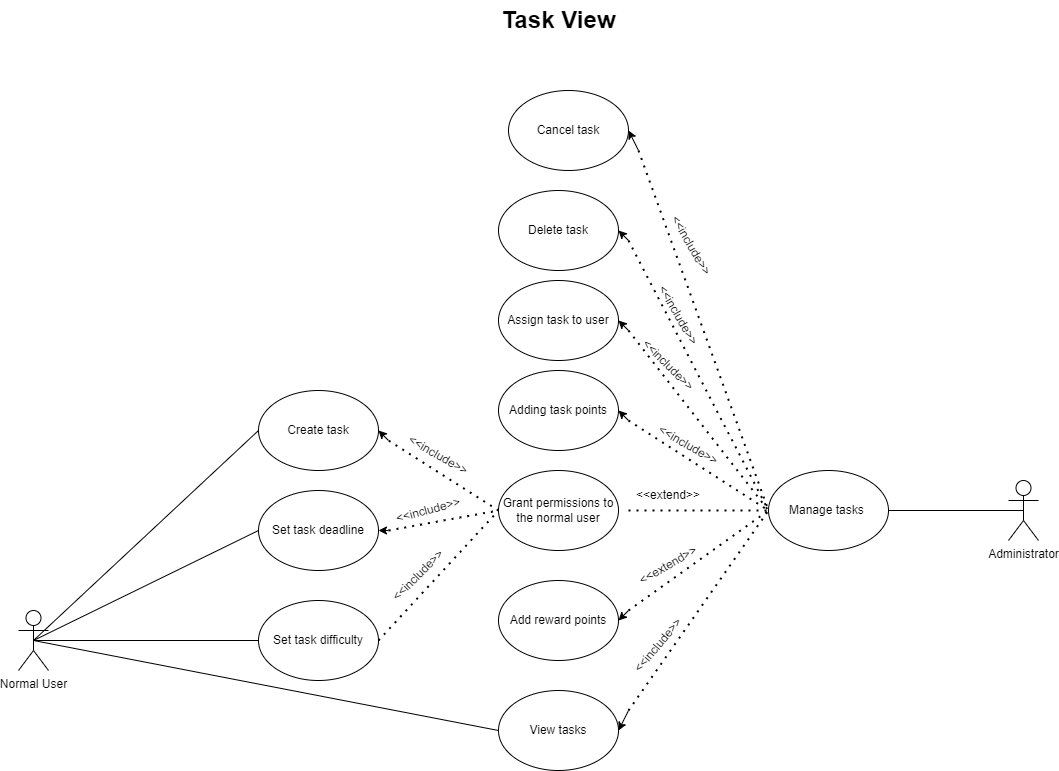
This is use_case/UseCase1.png from DiaconuAndr3i/ASSMS-Project, a draw.io export, as it was before one commit. Source tidied: cells renumbered, new cells last; positions are measured from the earlier drawing's top-left corner, leaving out a move shared by most shapes.
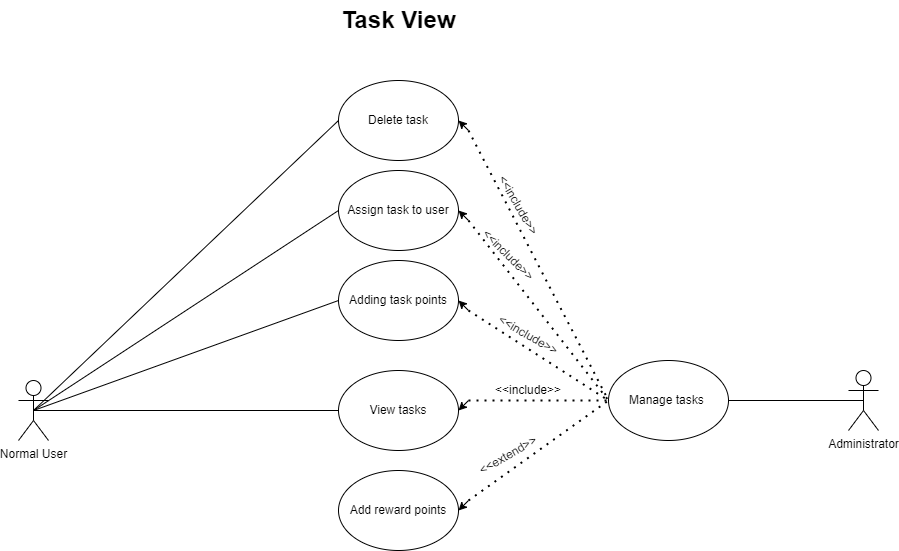
After the commit.

What changed in the source:
```diff
@@ -3,70 +3,18 @@
     <mxCell id="0" />
     <mxCell id="1" parent="0" />
     <mxCell id="2" value="Normal User" style="shape=umlActor;verticalLabelPosition=bottom;verticalAlign=top;html=1;outlineConnect=0;" parent="1" vertex="1">
-      <mxGeometry y="610" width="30" height="60" as="geometry" />
+      <mxGeometry x="160" y="490" width="30" height="60" as="geometry" />
     </mxCell>
     <mxCell id="3" value="Manage tasks&amp;nbsp;" style="ellipse;whiteSpace=wrap;html=1;" parent="1" vertex="1">
       <mxGeometry x="750" y="470" width="120" height="80" as="geometry" />
     </mxCell>
-    <mxCell id="4" value="Grant permissions to the normal user" style="ellipse;whiteSpace=wrap;html=1;" parent="1" vertex="1">
-      <mxGeometry x="480" y="470" width="120" height="80" as="geometry" />
-    </mxCell>
-    <mxCell id="5" style="endArrow=none;dashed=1;html=1;dashPattern=1 3;strokeWidth=2;rounded=0;entryX=0;entryY=0.5;entryDx=0;entryDy=0;" parent="1" edge="1" target="3">
-      <mxGeometry relative="1" as="geometry">
-        <mxPoint x="610" y="510" as="sourcePoint" />
-      </mxGeometry>
-    </mxCell>
     <mxCell id="6" style="endArrow=classic;html=1;rounded=0;entryX=1;entryY=0.5;entryDx=0;entryDy=0;" parent="1" edge="1" target="24">
       <mxGeometry relative="1" as="geometry">
         <mxPoint x="610" y="610" as="sourcePoint" />
       </mxGeometry>
     </mxCell>
-    <mxCell id="7" value="&amp;lt;&amp;lt;extend&amp;gt;&amp;gt;" style="text;html=1;strokeColor=none;fillColor=none;align=center;verticalAlign=middle;whiteSpace=wrap;rounded=0;rotation=0;" parent="1" vertex="1">
-      <mxGeometry x="620" y="480" width="60" height="30" as="geometry" />
-    </mxCell>
-    <mxCell id="8" value="Create task" style="ellipse;whiteSpace=wrap;html=1;" parent="1" vertex="1">
-      <mxGeometry x="240" y="390" width="120" height="80" as="geometry" />
-    </mxCell>
-    <mxCell id="9" value="Set task deadline" style="ellipse;whiteSpace=wrap;html=1;" parent="1" vertex="1">
-      <mxGeometry x="240" y="490" width="120" height="80" as="geometry" />
-    </mxCell>
-    <mxCell id="10" value="Set task difficulty" style="ellipse;whiteSpace=wrap;html=1;" parent="1" vertex="1">
-      <mxGeometry x="240" y="600" width="120" height="80" as="geometry" />
-    </mxCell>
-    <mxCell id="11" style="endArrow=none;dashed=1;html=1;dashPattern=1 3;strokeWidth=2;rounded=0;exitX=0;exitY=0.5;exitDx=0;exitDy=0;" parent="1" edge="1" source="4">
-      <mxGeometry relative="1" as="geometry">
-        <mxPoint x="370" y="440" as="targetPoint" />
-      </mxGeometry>
-    </mxCell>
-    <mxCell id="12" style="endArrow=classic;html=1;rounded=0;entryX=1;entryY=0.5;entryDx=0;entryDy=0;" parent="1" edge="1" target="8">
-      <mxGeometry relative="1" as="geometry">
-        <mxPoint x="370" y="440" as="sourcePoint" />
-      </mxGeometry>
-    </mxCell>
-    <mxCell id="13" value="&amp;lt;&amp;lt;include&amp;gt;&amp;gt;" style="text;html=1;strokeColor=none;fillColor=none;align=center;verticalAlign=middle;whiteSpace=wrap;rounded=0;rotation=30;" parent="1" vertex="1">
-      <mxGeometry x="390" y="440" width="60" height="30" as="geometry" />
-    </mxCell>
-    <mxCell id="14" style="endArrow=none;dashed=1;html=1;dashPattern=1 3;strokeWidth=2;rounded=0;entryX=0;entryY=0.5;entryDx=0;entryDy=0;" parent="1" edge="1" target="4">
-      <mxGeometry relative="1" as="geometry">
-        <mxPoint x="370" y="530" as="sourcePoint" />
-      </mxGeometry>
-    </mxCell>
-    <mxCell id="15" style="endArrow=classic;html=1;rounded=0;entryX=1;entryY=0.5;entryDx=0;entryDy=0;" parent="1" edge="1" target="9">
-      <mxGeometry relative="1" as="geometry">
-        <mxPoint x="370" y="530" as="sourcePoint" />
-      </mxGeometry>
-    </mxCell>
-    <mxCell id="16" value="&amp;lt;&amp;lt;include&amp;gt;&amp;gt;" style="text;html=1;strokeColor=none;fillColor=none;align=center;verticalAlign=middle;whiteSpace=wrap;rounded=0;rotation=-15;" parent="1" vertex="1">
-      <mxGeometry x="380" y="495" width="60" height="30" as="geometry" />
-    </mxCell>
-    <mxCell id="17" style="endArrow=none;dashed=1;html=1;dashPattern=1 3;strokeWidth=2;rounded=0;exitX=1;exitY=0.5;exitDx=0;exitDy=0;entryX=0;entryY=0.5;entryDx=0;entryDy=0;" parent="1" edge="1" source="10" target="4">
-      <mxGeometry relative="1" as="geometry" />
-    </mxCell>
-    <mxCell id="18" value="&amp;lt;&amp;lt;include&amp;gt;&amp;gt;" style="text;html=1;strokeColor=none;fillColor=none;align=center;verticalAlign=middle;whiteSpace=wrap;rounded=0;rotation=-45;" parent="1" vertex="1">
-      <mxGeometry x="370" y="570" width="60" height="10" as="geometry" />
-    </mxCell>
     <mxCell id="19" value="View tasks" style="ellipse;whiteSpace=wrap;html=1;" parent="1" vertex="1">
-      <mxGeometry x="480" y="690" width="120" height="80" as="geometry" />
+      <mxGeometry x="480" y="480" width="120" height="80" as="geometry" />
     </mxCell>
     <mxCell id="20" value="Adding task points" style="ellipse;whiteSpace=wrap;html=1;" parent="1" vertex="1">
       <mxGeometry x="480" y="370" width="120" height="80" as="geometry" />
@@ -74,9 +22,6 @@
     <mxCell id="21" value="Assign task to user" style="ellipse;whiteSpace=wrap;html=1;" parent="1" vertex="1">
       <mxGeometry x="480" y="280" width="120" height="80" as="geometry" />
     </mxCell>
-    <mxCell id="22" value="Cancel task" style="ellipse;whiteSpace=wrap;html=1;" parent="1" vertex="1">
-      <mxGeometry x="490" y="90" width="120" height="80" as="geometry" />
-    </mxCell>
     <mxCell id="23" value="Delete task" style="ellipse;whiteSpace=wrap;html=1;" parent="1" vertex="1">
       <mxGeometry x="480" y="190" width="120" height="80" as="geometry" />
     </mxCell>
@@ -99,17 +44,12 @@
     </mxCell>
     <mxCell id="29" style="endArrow=none;dashed=1;html=1;dashPattern=1 3;strokeWidth=2;rounded=0;fontSize=12;entryX=0;entryY=0.5;entryDx=0;entryDy=0;" parent="1" edge="1" target="3">
       <mxGeometry relative="1" as="geometry">
-        <mxPoint x="610" y="710" as="sourcePoint" />
+        <mxPoint x="610" y="510" as="sourcePoint" />
       </mxGeometry>
     </mxCell>
-    <mxCell id="30" value="&amp;lt;&amp;lt;include&amp;gt;&amp;gt;" style="text;html=1;strokeColor=none;fillColor=none;align=center;verticalAlign=middle;whiteSpace=wrap;rounded=0;rotation=-50;" parent="1" vertex="1">
-      <mxGeometry x="610" y="640" width="60" height="10" as="geometry" />
+    <mxCell id="30" value="&amp;lt;&amp;lt;include&amp;gt;&amp;gt;" style="text;html=1;strokeColor=none;fillColor=none;align=center;verticalAlign=middle;whiteSpace=wrap;rounded=0;rotation=0;" parent="1" vertex="1">
+      <mxGeometry x="640" y="495" width="60" height="10" as="geometry" />
     </mxCell>
-    <mxCell id="31" style="endArrow=classic;html=1;rounded=0;fontSize=12;entryX=1;entryY=0.5;entryDx=0;entryDy=0;" parent="1" edge="1" target="19">
-      <mxGeometry relative="1" as="geometry">
-        <mxPoint x="610" y="710" as="sourcePoint" />
-      </mxGeometry>
-    </mxCell>
     <mxCell id="32" style="endArrow=none;dashed=1;html=1;dashPattern=1 3;strokeWidth=2;rounded=0;fontSize=12;entryX=0;entryY=0.5;entryDx=0;entryDy=0;" parent="1" edge="1" target="3">
       <mxGeometry relative="1" as="geometry">
         <mxPoint x="610" y="420" as="sourcePoint" />
@@ -149,33 +89,25 @@
     <mxCell id="40" value="&amp;lt;&amp;lt;include&amp;gt;&amp;gt;" style="text;html=1;strokeColor=none;fillColor=none;align=center;verticalAlign=middle;whiteSpace=wrap;rounded=0;rotation=60;" parent="1" vertex="1">
       <mxGeometry x="630" y="310" width="60" height="10" as="geometry" />
     </mxCell>
-    <mxCell id="41" style="endArrow=none;dashed=1;html=1;dashPattern=1 3;strokeWidth=2;rounded=0;fontSize=12;entryX=0;entryY=0.5;entryDx=0;entryDy=0;" parent="1" edge="1" target="3">
-      <mxGeometry relative="1" as="geometry">
-        <mxPoint x="620" y="150" as="sourcePoint" />
-      </mxGeometry>
-    </mxCell>
-    <mxCell id="42" value="&amp;lt;&amp;lt;include&amp;gt;&amp;gt;" style="text;html=1;strokeColor=none;fillColor=none;align=center;verticalAlign=middle;whiteSpace=wrap;rounded=0;rotation=60;" parent="1" vertex="1">
-      <mxGeometry x="642.7" y="230" width="60" height="30" as="geometry" />
-    </mxCell>
-    <mxCell id="43" style="endArrow=classic;html=1;rounded=0;fontSize=12;entryX=1;entryY=0.5;entryDx=0;entryDy=0;" parent="1" edge="1" target="22">
-      <mxGeometry relative="1" as="geometry">
-        <mxPoint x="620" y="150" as="sourcePoint" />
-      </mxGeometry>
-    </mxCell>
-    <mxCell id="44" style="endArrow=none;html=1;rounded=0;fontSize=12;entryX=0;entryY=0.5;entryDx=0;entryDy=0;exitX=0.5;exitY=0.5;exitDx=0;exitDy=0;exitPerimeter=0;" parent="1" edge="1" source="2" target="8">
-      <mxGeometry relative="1" as="geometry" />
-    </mxCell>
-    <mxCell id="45" style="endArrow=none;html=1;rounded=0;fontSize=12;entryX=0.5;entryY=0.5;entryDx=0;entryDy=0;entryPerimeter=0;exitX=0;exitY=0.5;exitDx=0;exitDy=0;" parent="1" edge="1" source="9" target="2">
-      <mxGeometry relative="1" as="geometry" />
-    </mxCell>
-    <mxCell id="46" style="endArrow=none;html=1;rounded=0;fontSize=12;entryX=0.5;entryY=0.5;entryDx=0;entryDy=0;entryPerimeter=0;exitX=0;exitY=0.5;exitDx=0;exitDy=0;" parent="1" edge="1" source="10" target="2">
-      <mxGeometry relative="1" as="geometry" />
-    </mxCell>
     <mxCell id="47" style="endArrow=none;html=1;rounded=0;fontSize=12;exitX=0.5;exitY=0.5;exitDx=0;exitDy=0;exitPerimeter=0;entryX=0;entryY=0.5;entryDx=0;entryDy=0;" parent="1" edge="1" source="2" target="19">
       <mxGeometry relative="1" as="geometry" />
     </mxCell>
     <mxCell id="48" value="&lt;b&gt;&lt;font style=&quot;font-size: 24px;&quot;&gt;Task View&lt;/font&gt;&lt;/b&gt;" style="text;html=1;align=center;verticalAlign=middle;strokeColor=none;fillColor=none;fontSize=12;" parent="1" vertex="1">
-      <mxGeometry x="470" width="140" height="40" as="geometry" />
+      <mxGeometry x="470" y="110" width="140" height="40" as="geometry" />
     </mxCell>
+    <mxCell id="49" style="endArrow=classic;html=1;rounded=0;entryX=1;entryY=0.5;entryDx=0;entryDy=0;" parent="1" edge="1" target="19">
+      <mxGeometry relative="1" as="geometry">
+        <mxPoint x="610" y="510" as="sourcePoint" />
+      </mxGeometry>
+    </mxCell>
+    <mxCell id="50" style="endArrow=none;html=1;rounded=0;exitX=0.5;exitY=0.5;exitDx=0;exitDy=0;exitPerimeter=0;entryX=0;entryY=0.5;entryDx=0;entryDy=0;" parent="1" edge="1" source="2" target="23">
+      <mxGeometry relative="1" as="geometry" />
+    </mxCell>
+    <mxCell id="51" style="endArrow=none;html=1;rounded=0;exitX=0.5;exitY=0.5;exitDx=0;exitDy=0;exitPerimeter=0;entryX=0;entryY=0.5;entryDx=0;entryDy=0;" parent="1" edge="1" source="2" target="21">
+      <mxGeometry relative="1" as="geometry" />
+    </mxCell>
+    <mxCell id="52" style="endArrow=none;html=1;rounded=0;exitX=0.5;exitY=0.5;exitDx=0;exitDy=0;exitPerimeter=0;entryX=0;entryY=0.5;entryDx=0;entryDy=0;" parent="1" edge="1" source="2" target="20">
+      <mxGeometry relative="1" as="geometry" />
+    </mxCell>
   </root>
 </mxGraphModel>
```
